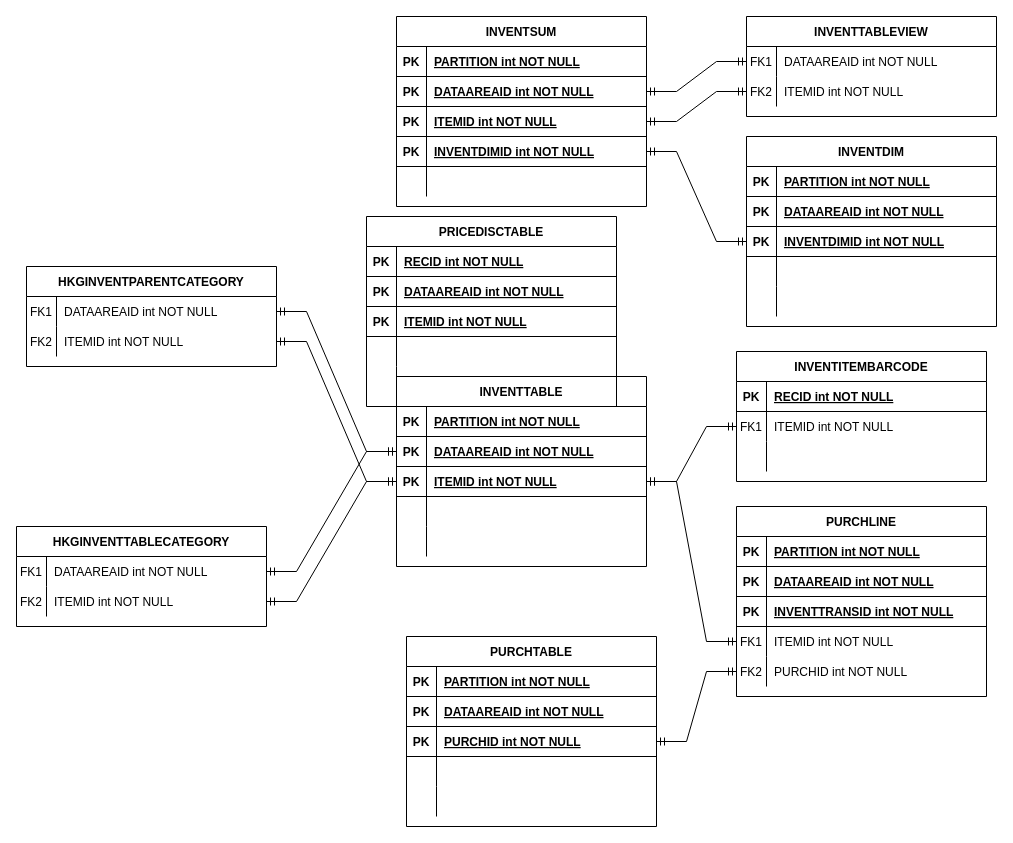
devjuankop/DiagramaAX keeps this draw.io diagram as Diagrama sin título.drawio. Above is the earlier version. Source tidied: cells renumbered, new cells numbered last; positions are measured from the earlier drawing's top-left corner, leaving out a move shared by most shapes. Both pictures are drawn from the tidied source at 100%, with x=0, y=0 at pixel (16, 16).
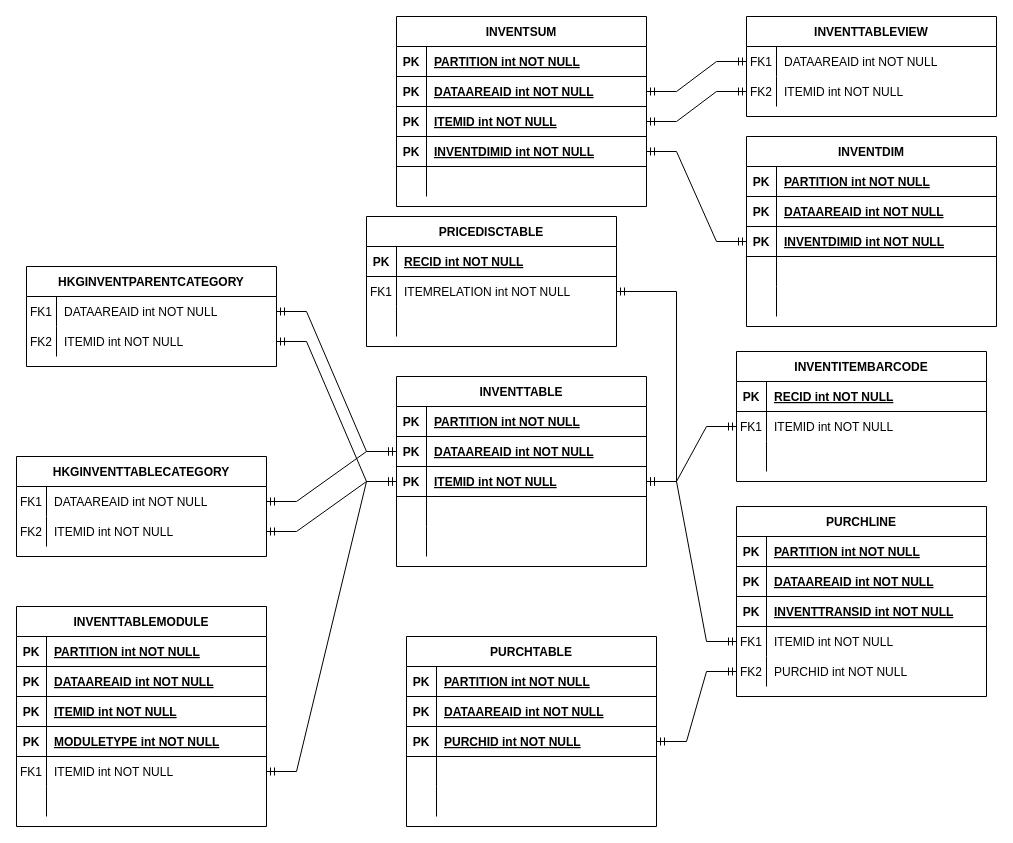
The same diagram, later.

Unchanged cells that the change refers to:
```xml
<mxCell id="61" style="shape=partialRectangle;fillColor=none;points=[[0,0.5],[1,0.5]];portConstraint=eastwest;top=0;left=0;right=0;bottom=1;" parent="54" vertex="1">
  <mxGeometry y="90" width="250" height="30" as="geometry" />
</mxCell>
```

The edit, as a diff of the source:
```diff
@@
     <mxCell id="105" value="HKGINVENTTABLECATEGORY" style="shape=table;startSize=30;childLayout=tableLayout;rowLines=0;fontStyle=1;align=center;" parent="1" vertex="1">
-      <mxGeometry y="510" width="250" height="100" as="geometry" />
+      <mxGeometry y="440" width="250" height="100" as="geometry" />
     </mxCell>
@@
     <mxCell id="123" value="PRICEDISCTABLE" style="shape=table;startSize=30;childLayout=tableLayout;rowLines=0;fontStyle=1;align=center;" parent="1" vertex="1">
-      <mxGeometry x="350" y="200" width="250" height="190" as="geometry" />
+      <mxGeometry x="350" y="200" width="250" height="130" as="geometry" />
     </mxCell>
@@
-    <mxCell id="127" style="shape=partialRectangle;fillColor=none;top=0;left=0;right=0;bottom=1;" parent="123" vertex="1">
-      <mxGeometry y="60" width="250" height="30" as="geometry" />
-    </mxCell>
-    <mxCell id="128" value="PK" style="shape=partialRectangle;overflow=hidden;fillColor=none;top=0;left=0;bottom=0;right=0;fontStyle=1;" parent="127" vertex="1">
-      <mxGeometry width="30" height="30" as="geometry" />
-    </mxCell>
-    <mxCell id="129" value="DATAAREAID int NOT NULL " style="shape=partialRectangle;overflow=hidden;fillColor=none;top=0;left=0;bottom=0;right=0;align=left;spacingLeft=6;fontStyle=5;" parent="127" vertex="1">
-      <mxGeometry x="30" width="220" height="30" as="geometry" />
-    </mxCell>
-    <mxCell id="130" style="shape=partialRectangle;fillColor=none;top=0;left=0;right=0;bottom=1;" parent="123" vertex="1">
-      <mxGeometry y="90" width="250" height="30" as="geometry" />
-    </mxCell>
-    <mxCell id="131" value="PK" style="shape=partialRectangle;overflow=hidden;fillColor=none;top=0;left=0;bottom=0;right=0;fontStyle=1;" parent="130" vertex="1">
-      <mxGeometry width="30" height="30" as="geometry" />
-    </mxCell>
-    <mxCell id="132" value="ITEMID int NOT NULL " style="shape=partialRectangle;overflow=hidden;fillColor=none;top=0;left=0;bottom=0;right=0;align=left;spacingLeft=6;fontStyle=5;" parent="130" vertex="1">
-      <mxGeometry x="30" width="220" height="30" as="geometry" />
-    </mxCell>
     <mxCell id="133" style="shape=partialRectangle;fillColor=none;points=[[0,0.5],[1,0.5]];portConstraint=eastwest;top=0;left=0;right=0;bottom=0;" parent="123" vertex="1">
-      <mxGeometry y="120" width="250" height="30" as="geometry" />
+      <mxGeometry y="60" width="250" height="30" as="geometry" />
     </mxCell>
-    <mxCell id="134" style="shape=partialRectangle;overflow=hidden;fillColor=none;top=0;left=0;bottom=0;right=0;" parent="133" vertex="1">
+    <mxCell id="134" value="FK1" style="shape=partialRectangle;overflow=hidden;fillColor=none;top=0;left=0;bottom=0;right=0;" parent="133" vertex="1">
       <mxGeometry width="30" height="30" as="geometry" />
     </mxCell>
-    <mxCell id="135" style="shape=partialRectangle;overflow=hidden;fillColor=none;top=0;left=0;bottom=0;right=0;align=left;spacingLeft=6;" parent="133" vertex="1">
+    <mxCell id="135" value="ITEMRELATION int NOT NULL" style="shape=partialRectangle;overflow=hidden;fillColor=none;top=0;left=0;bottom=0;right=0;align=left;spacingLeft=6;" parent="133" vertex="1">
       <mxGeometry x="30" width="220" height="30" as="geometry" />
     </mxCell>
     <mxCell id="136" style="shape=partialRectangle;fillColor=none;top=0;left=0;right=0;bottom=0;" parent="123" vertex="1">
-      <mxGeometry y="150" width="250" height="30" as="geometry" />
+      <mxGeometry y="90" width="250" height="30" as="geometry" />
     </mxCell>
@@
+    <mxCell id="139" style="edgeStyle=entityRelationEdgeStyle;fontSize=12;html=1;endArrow=ERmandOne;startArrow=ERmandOne;rounded=0;" parent="1" edge="1" source="61" target="133">
+      <mxGeometry relative="1" as="geometry" />
+    </mxCell>
+    <mxCell id="140" value="INVENTTABLEMODULE" style="shape=table;startSize=30;childLayout=tableLayout;rowLines=0;fontStyle=1;align=center;" parent="1" vertex="1">
+      <mxGeometry y="590" width="250" height="220" as="geometry" />
+    </mxCell>
+    <mxCell id="141" style="shape=partialRectangle;fillColor=none;top=0;left=0;right=0;bottom=1;" parent="140" vertex="1">
+      <mxGeometry y="30" width="250" height="30" as="geometry" />
+    </mxCell>
+    <mxCell id="142" value="PK" style="shape=partialRectangle;overflow=hidden;fillColor=none;top=0;left=0;bottom=0;right=0;fontStyle=1;" parent="141" vertex="1">
+      <mxGeometry width="30" height="30" as="geometry" />
+    </mxCell>
+    <mxCell id="143" value="PARTITION int NOT NULL " style="shape=partialRectangle;overflow=hidden;fillColor=none;top=0;left=0;bottom=0;right=0;align=left;spacingLeft=6;fontStyle=5;" parent="141" vertex="1">
+      <mxGeometry x="30" width="220" height="30" as="geometry" />
+    </mxCell>
+    <mxCell id="127" style="shape=partialRectangle;fillColor=none;top=0;left=0;right=0;bottom=1;" parent="140" vertex="1">
+      <mxGeometry y="60" width="250" height="30" as="geometry" />
+    </mxCell>
+    <mxCell id="144" value="PK" style="shape=partialRectangle;overflow=hidden;fillColor=none;top=0;left=0;bottom=0;right=0;fontStyle=1;" parent="127" vertex="1">
+      <mxGeometry width="30" height="30" as="geometry" />
+    </mxCell>
+    <mxCell id="129" value="DATAAREAID int NOT NULL " style="shape=partialRectangle;overflow=hidden;fillColor=none;top=0;left=0;bottom=0;right=0;align=left;spacingLeft=6;fontStyle=5;" parent="127" vertex="1">
+      <mxGeometry x="30" width="220" height="30" as="geometry" />
+    </mxCell>
+    <mxCell id="130" style="shape=partialRectangle;fillColor=none;top=0;left=0;right=0;bottom=1;" parent="140" vertex="1">
+      <mxGeometry y="90" width="250" height="30" as="geometry" />
+    </mxCell>
+    <mxCell id="145" value="PK" style="shape=partialRectangle;overflow=hidden;fillColor=none;top=0;left=0;bottom=0;right=0;fontStyle=1;" parent="130" vertex="1">
+      <mxGeometry width="30" height="30" as="geometry" />
+    </mxCell>
+    <mxCell id="132" value="ITEMID int NOT NULL " style="shape=partialRectangle;overflow=hidden;fillColor=none;top=0;left=0;bottom=0;right=0;align=left;spacingLeft=6;fontStyle=5;" parent="130" vertex="1">
+      <mxGeometry x="30" width="220" height="30" as="geometry" />
+    </mxCell>
+    <mxCell id="146" style="shape=partialRectangle;fillColor=none;top=0;left=0;right=0;bottom=1;" parent="140" vertex="1">
+      <mxGeometry y="120" width="250" height="30" as="geometry" />
+    </mxCell>
+    <mxCell id="147" value="PK" style="shape=partialRectangle;overflow=hidden;fillColor=none;top=0;left=0;bottom=0;right=0;fontStyle=1;" parent="146" vertex="1">
+      <mxGeometry width="30" height="30" as="geometry" />
+    </mxCell>
+    <mxCell id="148" value="MODULETYPE int NOT NULL " style="shape=partialRectangle;overflow=hidden;fillColor=none;top=0;left=0;bottom=0;right=0;align=left;spacingLeft=6;fontStyle=5;" parent="146" vertex="1">
+      <mxGeometry x="30" width="220" height="30" as="geometry" />
+    </mxCell>
+    <mxCell id="149" style="shape=partialRectangle;fillColor=none;points=[[0,0.5],[1,0.5]];portConstraint=eastwest;top=0;left=0;right=0;bottom=0;" parent="140" vertex="1">
+      <mxGeometry y="150" width="250" height="30" as="geometry" />
+    </mxCell>
+    <mxCell id="150" value="FK1" style="shape=partialRectangle;overflow=hidden;fillColor=none;top=0;left=0;bottom=0;right=0;" parent="149" vertex="1">
+      <mxGeometry width="30" height="30" as="geometry" />
+    </mxCell>
+    <mxCell id="151" value="ITEMID int NOT NULL" style="shape=partialRectangle;overflow=hidden;fillColor=none;top=0;left=0;bottom=0;right=0;align=left;spacingLeft=6;" parent="149" vertex="1">
+      <mxGeometry x="30" width="220" height="30" as="geometry" />
+    </mxCell>
+    <mxCell id="152" style="shape=partialRectangle;fillColor=none;top=0;left=0;right=0;bottom=0;" parent="140" vertex="1">
+      <mxGeometry y="180" width="250" height="30" as="geometry" />
+    </mxCell>
+    <mxCell id="153" style="shape=partialRectangle;overflow=hidden;fillColor=none;top=0;left=0;bottom=0;right=0;" parent="152" vertex="1">
+      <mxGeometry width="30" height="30" as="geometry" />
+    </mxCell>
+    <mxCell id="154" style="shape=partialRectangle;overflow=hidden;fillColor=none;top=0;left=0;bottom=0;right=0;align=left;spacingLeft=6;" parent="152" vertex="1">
+      <mxGeometry x="30" width="220" height="30" as="geometry" />
+    </mxCell>
+    <mxCell id="155" style="edgeStyle=entityRelationEdgeStyle;fontSize=12;html=1;endArrow=ERmandOne;startArrow=ERmandOne;rounded=0;" parent="1" edge="1" source="61" target="149">
+      <mxGeometry relative="1" as="geometry" />
+    </mxCell>
```
